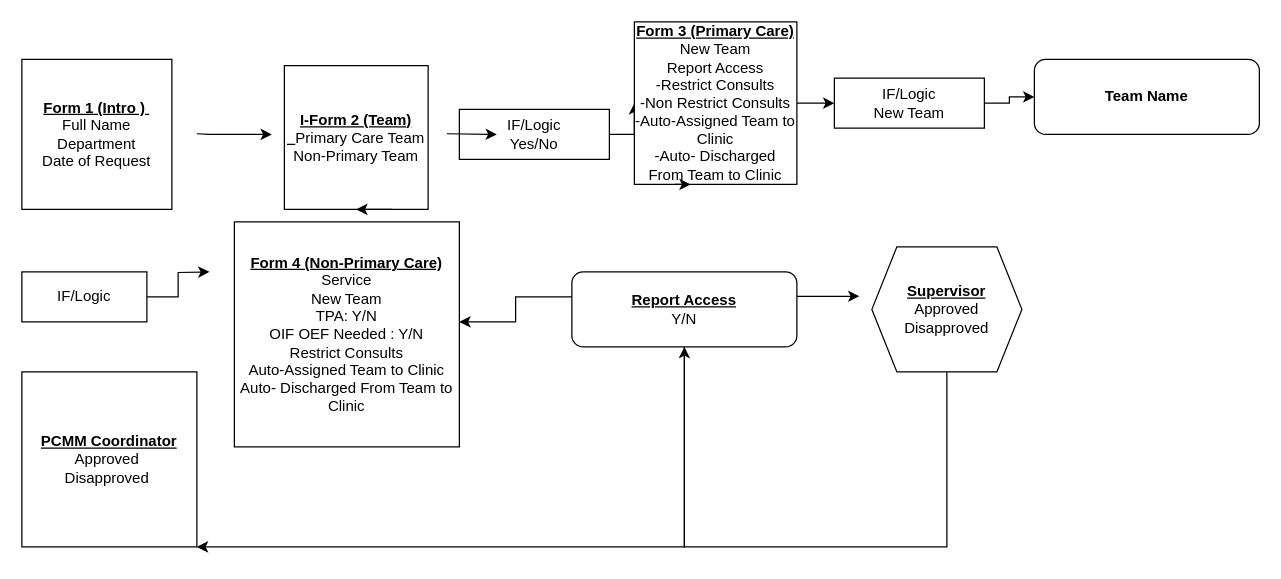
Before: Copy of PCMM Basic LEAF DRAFT.drawio in Edward-Bailey1/PCMM, a draw.io diagram. Source tidied: cells renumbered, new cells numbered last; positions are measured from the earlier drawing's top-left corner, leaving out a move shared by most shapes. Both pictures are drawn from the tidied source at 125%, with x=0, y=0 at pixel (21, 21).
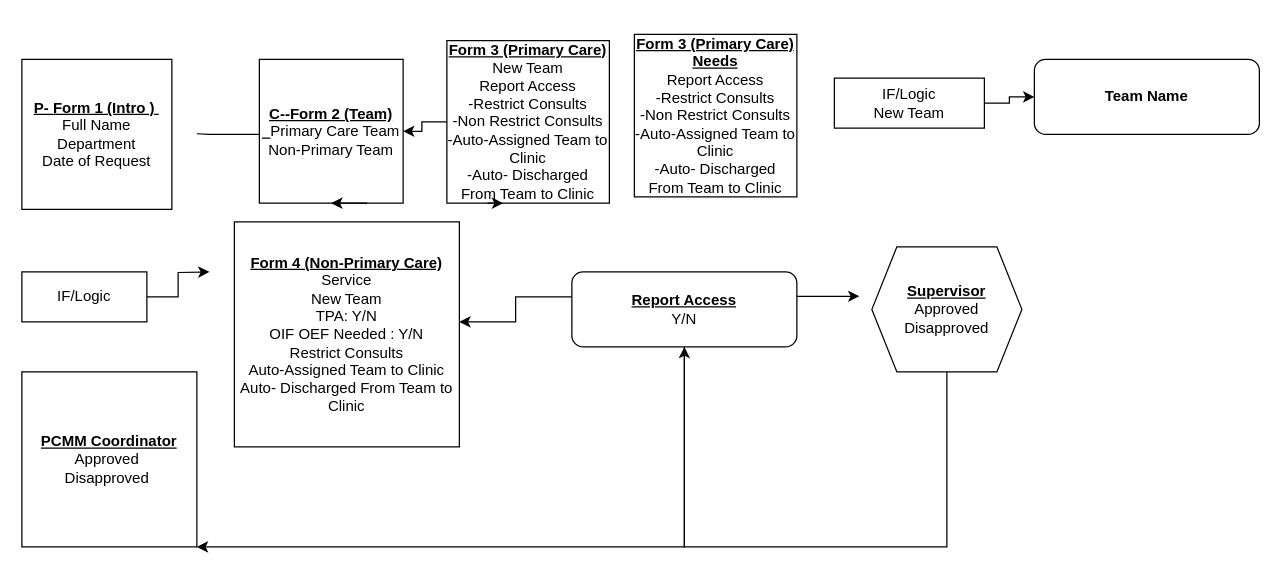
The same diagram, later.

The change refers to these unchanged cells:
```xml
<mxCell id="22" value="IF/Logic &lt;br&gt;New Team" style="rounded=0;whiteSpace=wrap;html=1;" parent="1" vertex="1">
  <mxGeometry x="650" y="45" width="120" height="40" as="geometry" />
</mxCell>
```

Diff of the diagram source:
```diff
@@
-    <mxCell id="2" value="&lt;b&gt;&lt;u&gt;Form 1 (Intro )&amp;nbsp;&lt;br&gt;&lt;/u&gt;&lt;/b&gt;Full Name&lt;br&gt;Department&lt;br&gt;Date of Request" style="whiteSpace=wrap;html=1;" parent="1" vertex="1">
+    <mxCell id="2" value="&lt;b&gt;&lt;u&gt;P- Form 1 (Intro )&amp;nbsp;&lt;br&gt;&lt;/u&gt;&lt;/b&gt;Full Name&lt;br&gt;Department&lt;br&gt;Date of Request" style="whiteSpace=wrap;html=1;" parent="1" vertex="1">
       <mxGeometry y="30" width="120" height="120" as="geometry" />
     </mxCell>
@@
-    <mxCell id="4" value="&lt;u style=&quot;font-weight: bold;&quot;&gt;I-Form 2 (Team)&lt;br&gt;&amp;nbsp;&amp;nbsp;&lt;/u&gt;Primary Care Team&lt;br&gt;Non-Primary Team" style="whiteSpace=wrap;html=1;" parent="1" vertex="1">
-      <mxGeometry x="210" y="35" width="115" height="115" as="geometry" />
+    <mxCell id="4" value="&lt;u style=&quot;font-weight: bold;&quot;&gt;C--Form 2 (Team)&lt;br&gt;&amp;nbsp;&amp;nbsp;&lt;/u&gt;Primary Care Team&lt;br&gt;Non-Primary Team" style="whiteSpace=wrap;html=1;" parent="1" vertex="1">
+      <mxGeometry x="190" y="30" width="115" height="115" as="geometry" />
     </mxCell>
-    <mxCell id="5" style="edgeStyle=orthogonalEdgeStyle;rounded=0;jettySize=auto;html=1;" parent="1" edge="1" source="6" target="9">
-      <mxGeometry relative="1" as="geometry" />
-    </mxCell>
-    <mxCell id="6" value="IF/Logic &lt;br&gt;Yes/No" style="rounded=0;whiteSpace=wrap;html=1;" parent="1" vertex="1">
-      <mxGeometry x="350" y="70" width="120" height="40" as="geometry" />
-    </mxCell>
-    <mxCell id="7" style="endArrow=classic;html=1;rounded=0;" parent="1" edge="1">
-      <mxGeometry relative="1" as="geometry">
-        <mxPoint x="340" y="89.5" as="sourcePoint" />
-        <mxPoint x="380" y="90" as="targetPoint" />
-      </mxGeometry>
-    </mxCell>
-    <mxCell id="8" style="edgeStyle=orthogonalEdgeStyle;rounded=0;jettySize=auto;html=1;" parent="1" edge="1" source="9" target="22">
-      <mxGeometry relative="1" as="geometry" />
-    </mxCell>
+    <mxCell id="25" style="edgeStyle=orthogonalEdgeStyle;rounded=0;jettySize=auto;html=1;" parent="1" edge="1" source="9" target="4">
+      <mxGeometry relative="1" as="geometry" />
+    </mxCell>
     <mxCell id="9" value="&lt;b style=&quot;text-decoration-line: underline;&quot;&gt;Form 3 (Primary Care)&lt;/b&gt;&lt;br&gt;New Team&lt;br&gt;Report Access&lt;br&gt;-Restrict Consults&lt;br&gt;-Non Restrict Consults&lt;br&gt;-Auto-Assigned Team to Clinic&lt;br&gt;-Auto- Discharged From Team to Clinic" style="whiteSpace=wrap;html=1;" parent="1" vertex="1">
-      <mxGeometry x="490" width="130" height="130" as="geometry" />
+      <mxGeometry x="340" y="15" width="130" height="130" as="geometry" />
     </mxCell>
@@
+    <mxCell id="26" value="&lt;b style=&quot;text-decoration-line: underline;&quot;&gt;Form 3 (Primary Care)&lt;br&gt;&lt;/b&gt;&lt;b&gt;&lt;u&gt;Needs&lt;/u&gt;&lt;/b&gt;&lt;br&gt;Report Access&lt;br&gt;-Restrict Consults&lt;br&gt;-Non Restrict Consults&lt;br&gt;-Auto-Assigned Team to Clinic&lt;br&gt;-Auto- Discharged From Team to Clinic" style="whiteSpace=wrap;html=1;" parent="1" vertex="1">
+      <mxGeometry x="490" y="10" width="130" height="130" as="geometry" />
+    </mxCell>
```
